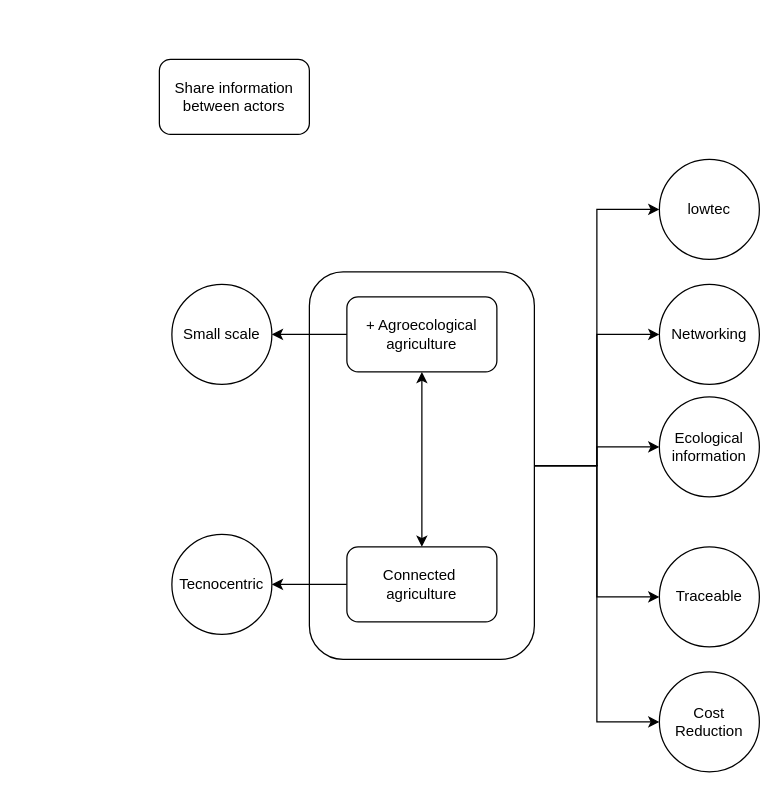
Earlier version of the draw.io diagram TICsAgroc¡industrieRurale.drawio (agroecomakers/Diagrammes-miCampo). Source tidied: cells renumbered, new cells numbered last; positions are measured from the earlier drawing's top-left corner, leaving out a move shared by most shapes. Both pictures are drawn from the tidied source at 125%, with x=0, y=0 at pixel (159, 59).
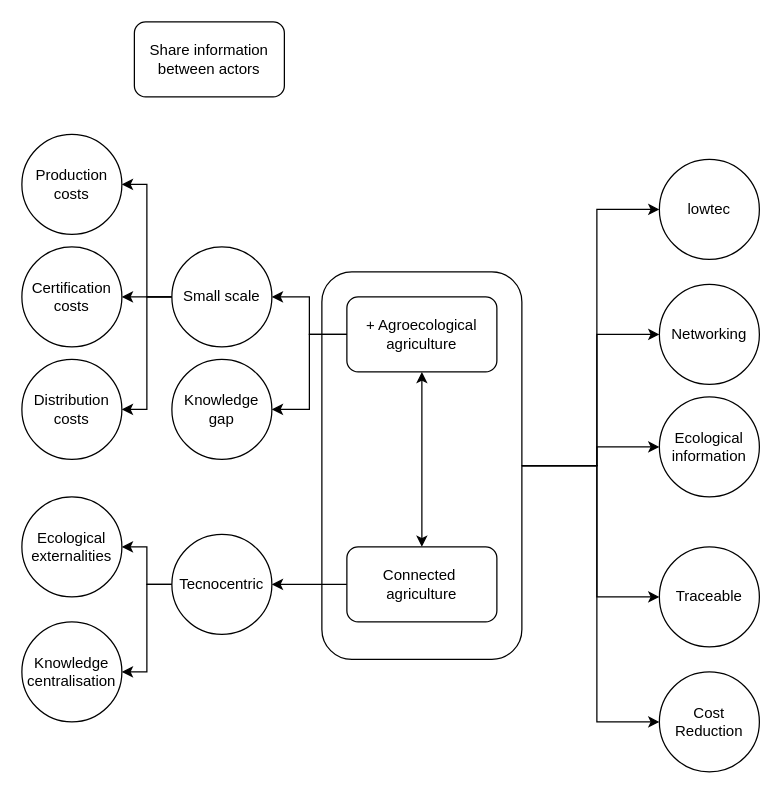
Above is the later version.

Commit message (it also covers changes not shown here):
Mettre à jour TICsAgroc¡industrieRurale.drawio

Unchanged cells that the change refers to:
```xml
<mxCell id="10" value="+ Agroecological agriculture" style="rounded=1;whiteSpace=wrap;html=1;" parent="1" vertex="1">
  <mxGeometry x="150" y="190" width="120" height="60" as="geometry" />
</mxCell>
<mxCell id="12" value="Tecnocentric" style="ellipse;whiteSpace=wrap;html=1;" parent="1" vertex="1">
  <mxGeometry x="10" y="380" width="80" height="80" as="geometry" />
</mxCell>
<mxCell id="16" value="Networking" style="ellipse;whiteSpace=wrap;html=1;rounded=1;" parent="1" vertex="1">
  <mxGeometry x="400" y="180" width="80" height="80" as="geometry" />
</mxCell>
```

What changed in the source:
```diff
@@
     <mxCell id="2" style="rounded=1;whiteSpace=wrap;html=1;fillColor=none;" parent="1" vertex="1">
-      <mxGeometry x="120" y="170" width="180" height="310" as="geometry" />
+      <mxGeometry x="130" y="170" width="160" height="310" as="geometry" />
     </mxCell>
     <mxCell id="3" value="Share information between actors" style="rounded=1;whiteSpace=wrap;html=1;" parent="1" vertex="1">
-      <mxGeometry width="120" height="60" as="geometry" />
+      <mxGeometry x="-20" y="-30" width="120" height="60" as="geometry" />
     </mxCell>
@@
     <mxCell id="9" style="edgeStyle=orthogonalEdgeStyle;rounded=0;jettySize=auto;html=1;exitX=1;exitY=0.5;exitDx=0;exitDy=0;" parent="1" edge="1" source="2" target="16">
-      <mxGeometry relative="1" as="geometry" />
+      <mxGeometry relative="1" as="geometry">
+        <Array as="points">
+          <mxPoint x="350" y="325" />
+          <mxPoint x="350" y="220" />
+        </Array>
+      </mxGeometry>
     </mxCell>
+    <mxCell id="21" style="edgeStyle=orthogonalEdgeStyle;rounded=0;jettySize=auto;html=1;" parent="1" edge="1" source="10" target="31">
+      <mxGeometry relative="1" as="geometry" />
+    </mxCell>
@@
+    <mxCell id="22" style="edgeStyle=orthogonalEdgeStyle;rounded=0;jettySize=auto;html=1;" parent="1" edge="1" source="12" target="30">
+      <mxGeometry relative="1" as="geometry" />
+    </mxCell>
+    <mxCell id="23" style="edgeStyle=orthogonalEdgeStyle;rounded=0;jettySize=auto;html=1;" parent="1" edge="1" source="12" target="32">
+      <mxGeometry relative="1" as="geometry" />
+    </mxCell>
@@
+    <mxCell id="24" style="edgeStyle=orthogonalEdgeStyle;rounded=0;jettySize=auto;html=1;entryX=1;entryY=0.5;entryDx=0;entryDy=0;" parent="1" edge="1" source="19" target="27">
+      <mxGeometry relative="1" as="geometry">
+        <Array as="points">
+          <mxPoint x="-10" y="190" />
+          <mxPoint x="-10" y="100" />
+        </Array>
+      </mxGeometry>
+    </mxCell>
+    <mxCell id="25" style="edgeStyle=orthogonalEdgeStyle;rounded=0;jettySize=auto;html=1;entryX=1;entryY=0.5;entryDx=0;entryDy=0;" parent="1" edge="1" source="19" target="29">
+      <mxGeometry relative="1" as="geometry" />
+    </mxCell>
+    <mxCell id="26" style="edgeStyle=orthogonalEdgeStyle;rounded=0;jettySize=auto;html=1;" parent="1" edge="1" source="19" target="28">
+      <mxGeometry relative="1" as="geometry" />
+    </mxCell>
     <mxCell id="19" value="Small scale" style="ellipse;whiteSpace=wrap;html=1;" parent="1" vertex="1">
-      <mxGeometry x="10" y="180" width="80" height="80" as="geometry" />
+      <mxGeometry x="10" y="150" width="80" height="80" as="geometry" />
     </mxCell>
@@
+    <mxCell id="27" value="Production costs" style="ellipse;whiteSpace=wrap;html=1;" parent="1" vertex="1">
+      <mxGeometry x="-110" y="60" width="80" height="80" as="geometry" />
+    </mxCell>
+    <mxCell id="28" value="Certification costs" style="ellipse;whiteSpace=wrap;html=1;" parent="1" vertex="1">
+      <mxGeometry x="-110" y="150" width="80" height="80" as="geometry" />
+    </mxCell>
+    <mxCell id="29" value="Distribution costs" style="ellipse;whiteSpace=wrap;html=1;" parent="1" vertex="1">
+      <mxGeometry x="-110" y="240" width="80" height="80" as="geometry" />
+    </mxCell>
+    <mxCell id="30" value="Ecological externalities" style="ellipse;whiteSpace=wrap;html=1;" parent="1" vertex="1">
+      <mxGeometry x="-110" y="350" width="80" height="80" as="geometry" />
+    </mxCell>
+    <mxCell id="31" value="Knowledge gap" style="ellipse;whiteSpace=wrap;html=1;" parent="1" vertex="1">
+      <mxGeometry x="10" y="240" width="80" height="80" as="geometry" />
+    </mxCell>
+    <mxCell id="32" value="Knowledge centralisation" style="ellipse;whiteSpace=wrap;html=1;" parent="1" vertex="1">
+      <mxGeometry x="-110" y="450" width="80" height="80" as="geometry" />
+    </mxCell>
```
